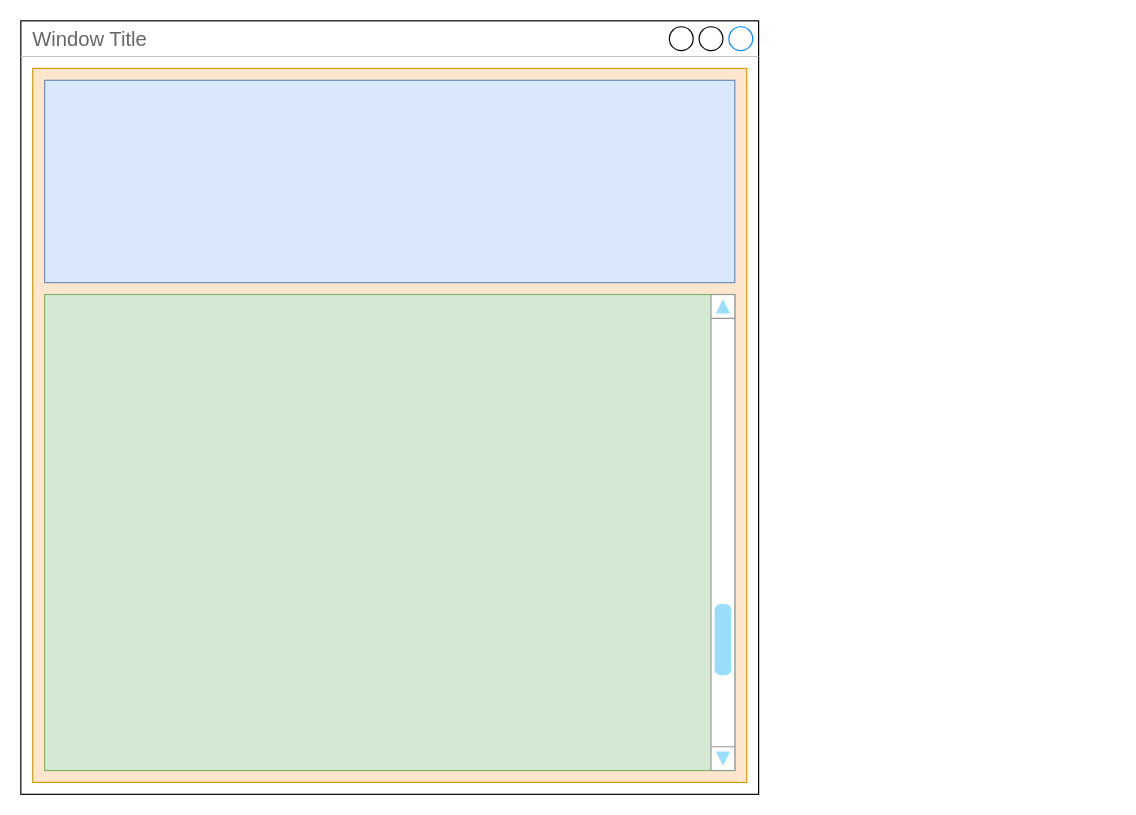
Before: mock-ups/Untitled Diagram.drawio in ProgramX-NPledger/Clock, a draw.io diagram. Source tidied: cells renumbered, new cells numbered last; positions are measured from the earlier drawing's top-left corner, leaving out a move shared by most shapes. Both pictures are drawn from the tidied source at 119%, with x=0, y=0 at pixel (20, 20).
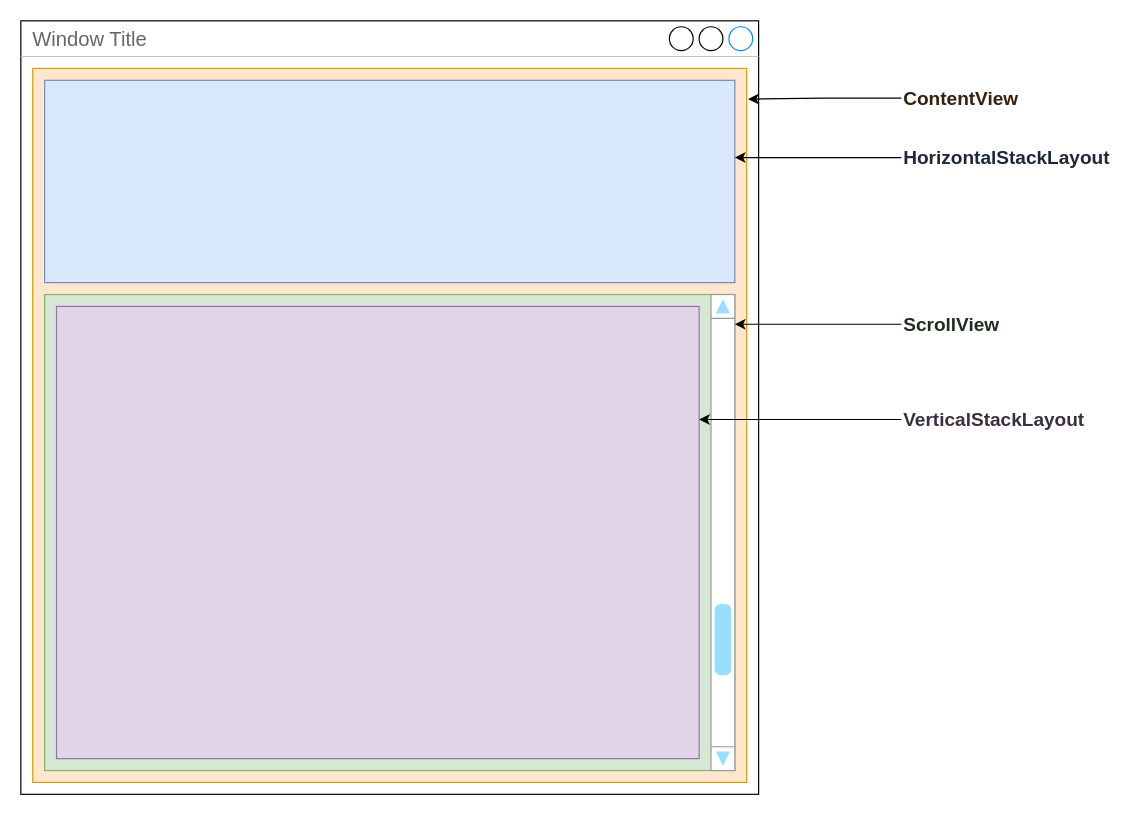
The same page after the edit.

The edit, as a diff of the source:
```diff
@@
 <mxGraphModel>
   <root>
     <mxCell id="0" />
     <mxCell id="1" parent="0" />
     <mxCell id="2" value="Window Title" style="strokeWidth=1;shadow=0;dashed=0;align=center;html=1;shape=mxgraph.mockup.containers.window;align=left;verticalAlign=top;spacingLeft=8;strokeColor2=#008cff;strokeColor3=#c4c4c4;fontColor=#666666;mainText=;fontSize=17;labelBackgroundColor=none;whiteSpace=wrap;" parent="1" vertex="1">
       <mxGeometry width="620" height="650" as="geometry" />
     </mxCell>
     <mxCell id="3" style="rounded=0;whiteSpace=wrap;html=1;fillColor=#ffe6cc;strokeColor=#d79b00;" parent="1" vertex="1">
       <mxGeometry x="10" y="40" width="600" height="600" as="geometry" />
     </mxCell>
     <mxCell id="4" style="rounded=0;whiteSpace=wrap;html=1;fillColor=#dae8fc;strokeColor=#6c8ebf;" parent="1" vertex="1">
       <mxGeometry x="20" y="50" width="580" height="170" as="geometry" />
     </mxCell>
     <mxCell id="5" style="rounded=0;whiteSpace=wrap;html=1;fillColor=#d5e8d4;strokeColor=#82b366;" parent="1" vertex="1">
       <mxGeometry x="20" y="230" width="580" height="400" as="geometry" />
     </mxCell>
     <mxCell id="6" style="verticalLabelPosition=bottom;shadow=0;dashed=0;align=center;html=1;verticalAlign=top;strokeWidth=1;shape=mxgraph.mockup.navigation.scrollBar;strokeColor=#999999;barPos=20;fillColor2=#99ddff;strokeColor2=none;direction=north;" parent="1" vertex="1">
       <mxGeometry x="580" y="230" width="20" height="400" as="geometry" />
     </mxCell>
+    <mxCell id="7" value="ContentView" style="text;strokeColor=none;align=left;fillColor=none;html=1;verticalAlign=middle;whiteSpace=wrap;rounded=0;fontSize=16;fontColor=#37210b;fontStyle=1;" parent="1" vertex="1">
+      <mxGeometry x="740" y="50" width="60" height="30" as="geometry" />
+    </mxCell>
+    <mxCell id="8" value="ScrollView" style="text;strokeColor=none;align=left;fillColor=none;html=1;verticalAlign=middle;whiteSpace=wrap;rounded=0;fontSize=16;fontColor=#1f2f1e;fontStyle=1;" parent="1" vertex="1">
+      <mxGeometry x="740" y="240" width="180" height="30" as="geometry" />
+    </mxCell>
+    <mxCell id="9" value="HorizontalStackLayout" style="text;strokeColor=none;align=left;fillColor=none;html=1;verticalAlign=middle;whiteSpace=wrap;rounded=0;fontSize=16;fontColor=#1c2839;fontStyle=1;" parent="1" vertex="1">
+      <mxGeometry x="740" y="100" width="180" height="30" as="geometry" />
+    </mxCell>
+    <mxCell id="10" style="edgeStyle=orthogonalEdgeStyle;rounded=0;jettySize=auto;html=1;entryX=1.002;entryY=0.043;entryDx=0;entryDy=0;entryPerimeter=0;" parent="1" edge="1" source="7" target="3">
+      <mxGeometry relative="1" as="geometry" />
+    </mxCell>
+    <mxCell id="11" style="edgeStyle=orthogonalEdgeStyle;rounded=0;jettySize=auto;html=1;entryX=1;entryY=0.382;entryDx=0;entryDy=0;entryPerimeter=0;" parent="1" edge="1" source="9" target="4">
+      <mxGeometry relative="1" as="geometry" />
+    </mxCell>
+    <mxCell id="12" style="edgeStyle=orthogonalEdgeStyle;rounded=0;jettySize=auto;html=1;" parent="1" edge="1" source="8">
+      <mxGeometry relative="1" as="geometry">
+        <mxPoint x="600" y="255" as="targetPoint" />
+      </mxGeometry>
+    </mxCell>
+    <mxCell id="13" style="rounded=0;whiteSpace=wrap;html=1;fillColor=#e1d5e7;strokeColor=#9673a6;fontColor=#3a2f3f;" parent="1" vertex="1">
+      <mxGeometry x="30" y="240" width="540" height="380" as="geometry" />
+    </mxCell>
+    <mxCell id="14" style="edgeStyle=orthogonalEdgeStyle;rounded=0;jettySize=auto;html=1;entryX=1;entryY=0.25;entryDx=0;entryDy=0;" parent="1" edge="1" source="15" target="13">
+      <mxGeometry relative="1" as="geometry" />
+    </mxCell>
+    <mxCell id="15" value="VerticalStackLayout" style="text;strokeColor=none;align=left;fillColor=none;html=1;verticalAlign=middle;whiteSpace=wrap;rounded=0;fontSize=16;fontColor=#3a2f3f;fontStyle=1;" parent="1" vertex="1">
+      <mxGeometry x="740" y="320" width="180" height="30" as="geometry" />
+    </mxCell>
   </root>
 </mxGraphModel>
```
